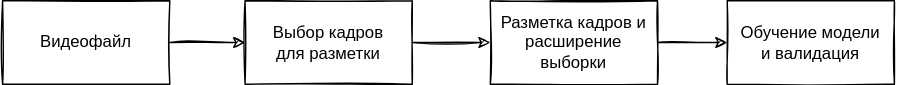
Before: practice_2_data/svg/schema1.svg, a diagram exported from draw.io (ant-nik/neural_network_course). Source tidied: cells renumbered, new cells last; positions are measured from the earlier drawing's top-left corner, leaving out a move shared by most shapes.
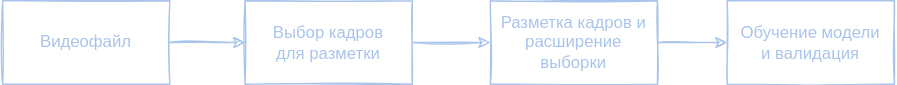
The same diagram one commit later.

Diff of the diagram source:
```diff
@@ -2,25 +2,25 @@
   <root>
     <mxCell id="0" />
     <mxCell id="1" parent="0" />
-    <mxCell id="2" style="edgeStyle=orthogonalEdgeStyle;rounded=0;jettySize=auto;html=1;sketch=1;" parent="1" edge="1" source="3" target="5">
+    <mxCell id="2" style="edgeStyle=orthogonalEdgeStyle;rounded=0;jettySize=auto;html=1;sketch=1;strokeColor=#A9C4EB;fontColor=#A9C4EB;" parent="1" edge="1" source="3" target="5">
       <mxGeometry relative="1" as="geometry" />
     </mxCell>
-    <mxCell id="3" value="Видеофайл" style="rounded=0;whiteSpace=wrap;html=1;sketch=1;" parent="1" vertex="1">
+    <mxCell id="3" value="Видеофайл" style="rounded=0;whiteSpace=wrap;html=1;sketch=1;fillColor=none;strokeColor=#A9C4EB;fontColor=#A9C4EB;" parent="1" vertex="1">
       <mxGeometry width="120" height="60" as="geometry" />
     </mxCell>
-    <mxCell id="4" style="edgeStyle=orthogonalEdgeStyle;rounded=0;sketch=1;jettySize=auto;html=1;" parent="1" edge="1" source="5" target="7">
+    <mxCell id="4" style="edgeStyle=orthogonalEdgeStyle;rounded=0;sketch=1;jettySize=auto;html=1;strokeColor=#A9C4EB;fontColor=#A9C4EB;" parent="1" edge="1" source="5" target="7">
       <mxGeometry relative="1" as="geometry" />
     </mxCell>
-    <mxCell id="5" value="Выбор&amp;nbsp;кадров &lt;br&gt;для разметки" style="rounded=0;whiteSpace=wrap;html=1;sketch=1;" parent="1" vertex="1">
+    <mxCell id="5" value="Выбор&amp;nbsp;кадров &lt;br&gt;для разметки" style="rounded=0;whiteSpace=wrap;html=1;sketch=1;fillColor=none;strokeColor=#A9C4EB;fontColor=#A9C4EB;" parent="1" vertex="1">
       <mxGeometry x="174" width="120" height="60" as="geometry" />
     </mxCell>
-    <mxCell id="6" style="edgeStyle=orthogonalEdgeStyle;rounded=0;sketch=1;jettySize=auto;html=1;" parent="1" edge="1" source="7" target="8">
+    <mxCell id="6" style="edgeStyle=orthogonalEdgeStyle;rounded=0;sketch=1;jettySize=auto;html=1;strokeColor=#A9C4EB;fontColor=#A9C4EB;" parent="1" edge="1" source="7" target="8">
       <mxGeometry relative="1" as="geometry" />
     </mxCell>
-    <mxCell id="7" value="Разметка кадров и расширение выборки" style="rounded=0;whiteSpace=wrap;html=1;sketch=1;" parent="1" vertex="1">
+    <mxCell id="7" value="Разметка кадров и расширение выборки" style="rounded=0;whiteSpace=wrap;html=1;sketch=1;fillColor=none;strokeColor=#A9C4EB;fontColor=#A9C4EB;" parent="1" vertex="1">
       <mxGeometry x="350" width="120" height="60" as="geometry" />
     </mxCell>
-    <mxCell id="8" value="Обучение модели&lt;br&gt;и валидация" style="rounded=0;whiteSpace=wrap;html=1;sketch=1;" parent="1" vertex="1">
+    <mxCell id="8" value="Обучение модели&lt;br&gt;и валидация" style="rounded=0;whiteSpace=wrap;html=1;sketch=1;fillColor=none;strokeColor=#A9C4EB;fontColor=#A9C4EB;" parent="1" vertex="1">
       <mxGeometry x="520" width="120" height="60" as="geometry" />
     </mxCell>
   </root>
```
